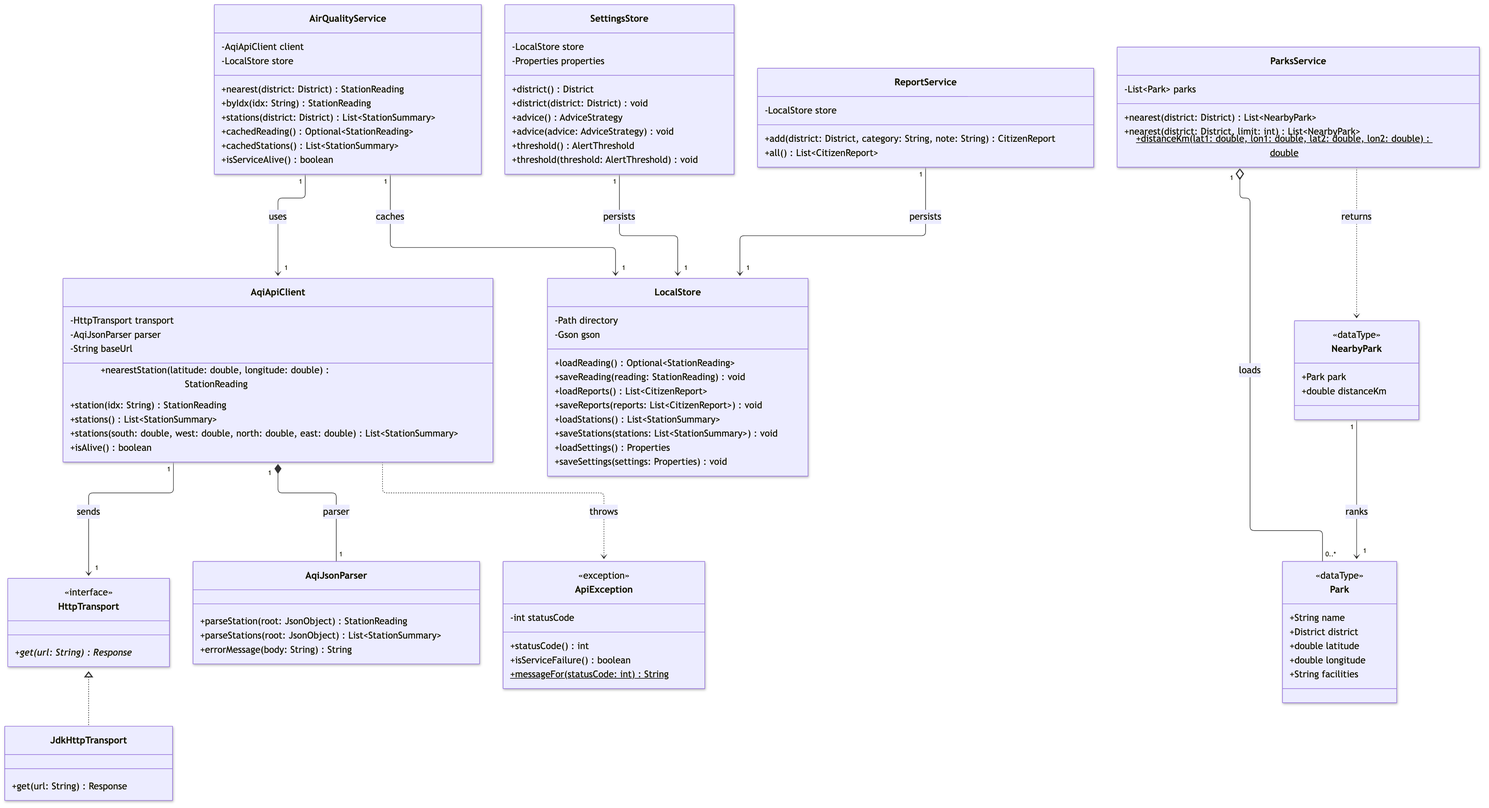
This is docs/diagrams/class-diagram-services.png from melvinchia3636/sc-assignment, a Mermaid export, as it was before one commit. Its source is kept beside it as docs/diagrams/class-diagram-services.mmd.
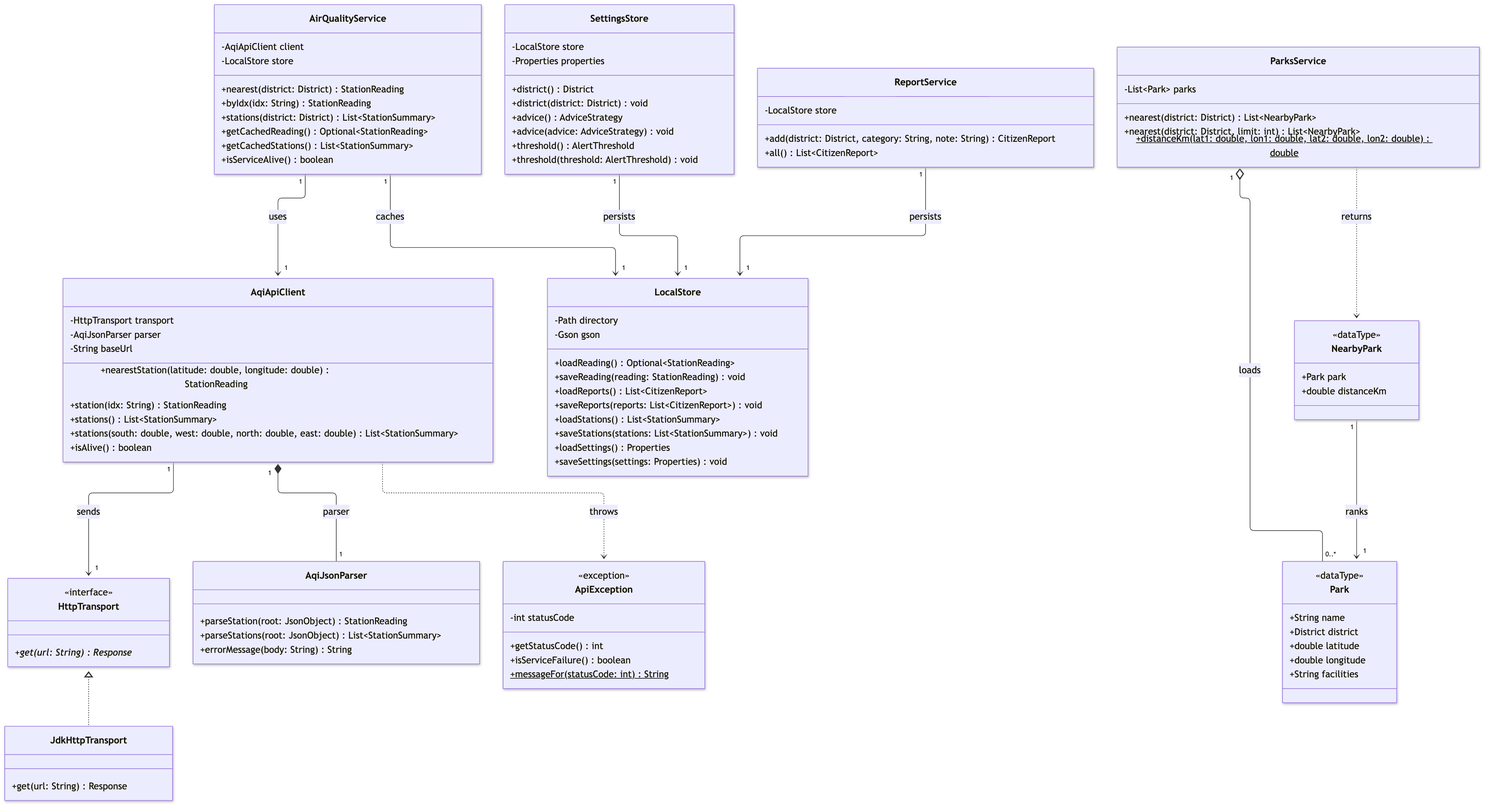
The same diagram one commit later.

Diff of the diagram source:
```diff
@@ -13,8 +13,8 @@
         +nearest(district: District) StationReading
         +byIdx(idx: String) StationReading
         +stations(district: District) List~StationSummary~
-        +cachedReading() Optional~StationReading~
-        +cachedStations() List~StationSummary~
+        +getCachedReading() Optional~StationReading~
+        +getCachedStations() List~StationSummary~
         +isServiceAlive() boolean
     }
 
@@ -47,7 +47,7 @@
     class ApiException {
         <<exception>>
         -int statusCode
-        +statusCode() int
+        +getStatusCode() int
         +isServiceFailure() boolean
         +messageFor(statusCode: int) String$
     }
```
